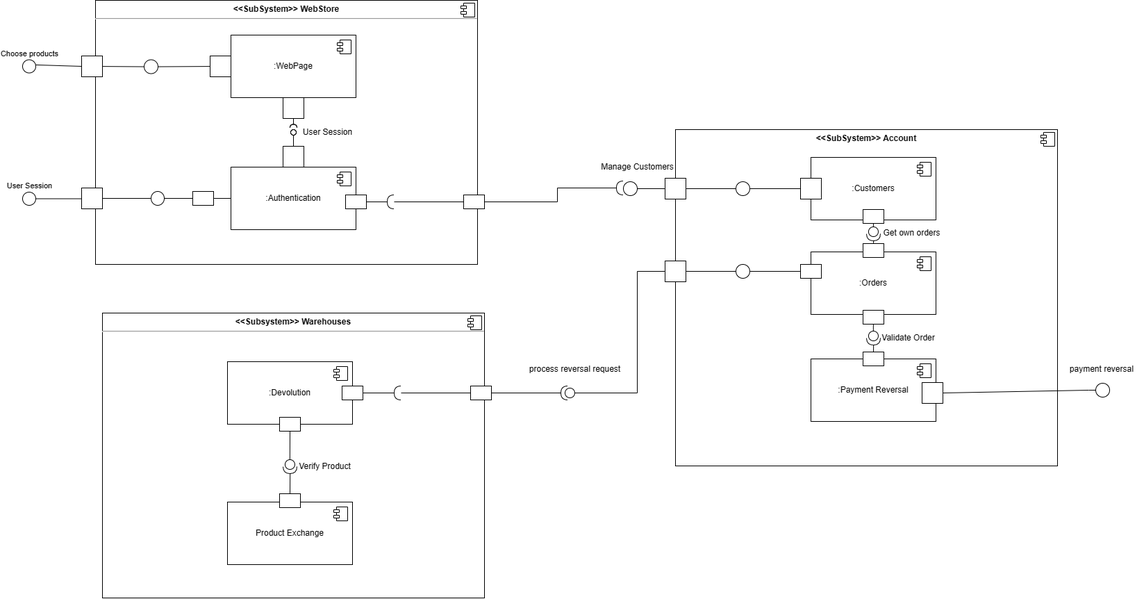
Earlier version of the draw.io export docs/Assets/modelagem/diagramaComponentes/Diagrama de componentes.png (UnBArqDsw2023-2/2023.2_G6_ProjetoAmericanas). Source tidied: cells renumbered, new cells last; positions are measured from the earlier drawing's top-left corner, leaving out a move shared by most shapes.
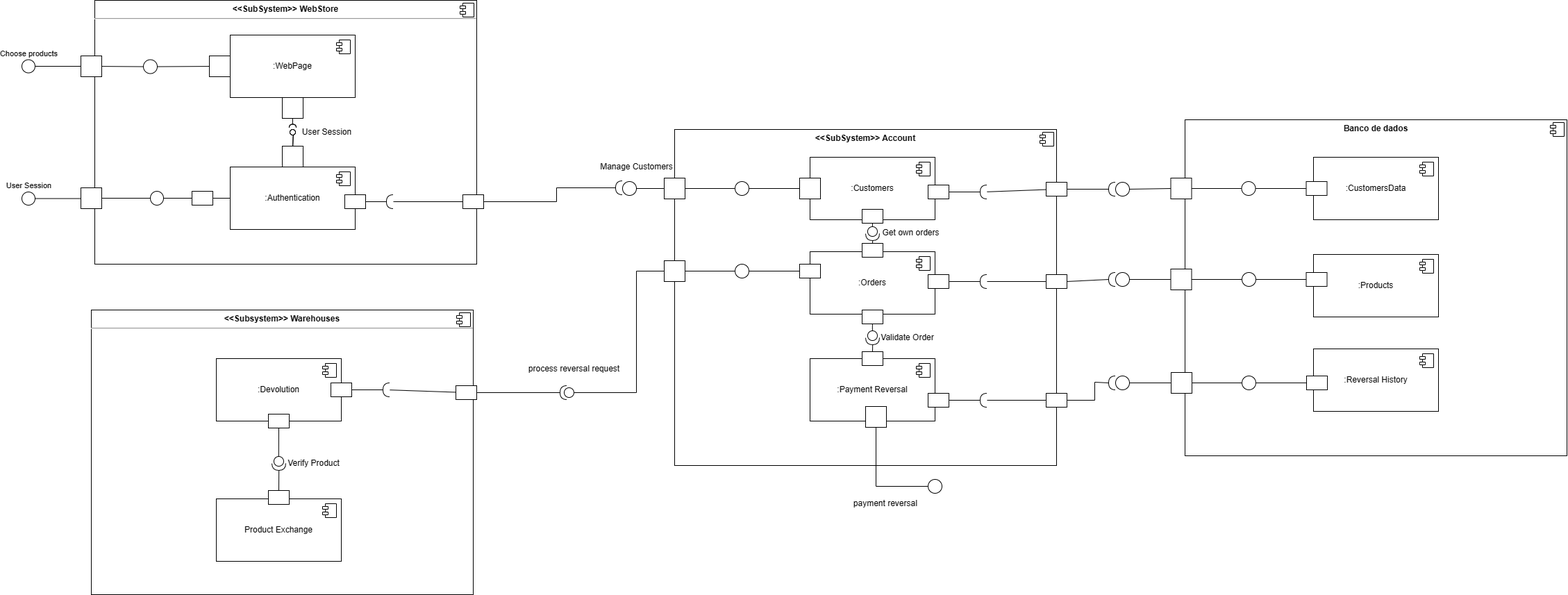
Later version of the same file.

Diff of the diagram source:
```diff
@@ -163,7 +163,7 @@
       </mxGeometry>
     </mxCell>
     <mxCell id="47" value="&lt;p style=&quot;margin:0px;margin-top:6px;text-align:center;&quot;&gt;&lt;b&gt;&amp;lt;&amp;lt;Subsystem&amp;gt;&amp;gt; Warehouses&lt;/b&gt;&lt;/p&gt;&lt;hr&gt;&lt;p style=&quot;margin:0px;margin-left:8px;&quot;&gt;&lt;br&gt;&lt;/p&gt;" style="align=left;overflow=fill;html=1;whiteSpace=wrap;" parent="1" vertex="1">
-      <mxGeometry x="115" y="450" width="550" height="410" as="geometry" />
+      <mxGeometry x="100" y="446" width="550" height="410" as="geometry" />
     </mxCell>
     <mxCell id="48" style="shape=component;jettyWidth=8;jettyHeight=4;" parent="47" vertex="1">
       <mxGeometry x="1" width="20" height="20" relative="1" as="geometry">
@@ -171,7 +171,7 @@
       </mxGeometry>
     </mxCell>
     <mxCell id="49" value=":Devolution" style="html=1;whiteSpace=wrap;" parent="1" vertex="1">
-      <mxGeometry x="295" y="520" width="180" height="90" as="geometry" />
+      <mxGeometry x="280" y="516" width="180" height="90" as="geometry" />
     </mxCell>
     <mxCell id="50" style="shape=module;jettyWidth=8;jettyHeight=4;" parent="49" vertex="1">
       <mxGeometry x="1" width="20" height="20" relative="1" as="geometry">
@@ -194,11 +194,11 @@
       <mxGeometry x="1027" y="380" width="20" height="20" as="geometry" />
     </mxCell>
     <mxCell id="56" value="Verify Product" style="text;html=1;align=center;verticalAlign=middle;strokeColor=none;fillColor=none;" parent="1" vertex="1">
-      <mxGeometry x="385" y="656" width="100" height="30" as="geometry" />
+      <mxGeometry x="370" y="652" width="100" height="30" as="geometry" />
     </mxCell>
     <mxCell id="57" style="endArrow=none;html=1;rounded=0;align=center;verticalAlign=top;endFill=0;labelBackgroundColor=none;endSize=2;entryX=0.5;entryY=0;entryDx=0;entryDy=0;exitX=0.5;exitY=1;exitDx=0;exitDy=0;" parent="1" edge="1" source="75">
       <mxGeometry relative="1" as="geometry">
-        <mxPoint x="385" y="610" as="targetPoint" />
+        <mxPoint x="370" y="606" as="targetPoint" />
       </mxGeometry>
     </mxCell>
     <mxCell id="58" style="html=1;rounded=0;" parent="1" vertex="1">
@@ -230,7 +230,7 @@
       <mxGeometry x="1120" y="256" width="30" height="30" as="geometry" />
     </mxCell>
     <mxCell id="66" style="html=1;rounded=0;" parent="1" vertex="1">
-      <mxGeometry x="645" y="555" width="30" height="20" as="geometry" />
+      <mxGeometry x="625" y="555" width="30" height="20" as="geometry" />
     </mxCell>
     <mxCell id="67" style="endArrow=none;html=1;rounded=0;align=center;verticalAlign=top;endFill=0;labelBackgroundColor=none;endSize=2;" parent="1" edge="1" source="69" target="66">
       <mxGeometry relative="1" as="geometry" />
@@ -239,7 +239,7 @@
       <mxGeometry relative="1" as="geometry" />
     </mxCell>
     <mxCell id="69" style="shape=requiredInterface;html=1;verticalLabelPosition=bottom;sketch=0;rotation=-180;" parent="1" vertex="1">
-      <mxGeometry x="535" y="555" width="10" height="20" as="geometry" />
+      <mxGeometry x="520" y="551" width="10" height="20" as="geometry" />
     </mxCell>
     <mxCell id="70" style="endArrow=none;html=1;rounded=0;align=center;verticalAlign=top;endFill=0;labelBackgroundColor=none;endSize=2;exitX=0;exitY=0.5;exitDx=0;exitDy=0;entryX=0;entryY=0.5;entryDx=0;entryDy=0;exitPerimeter=0;" parent="1" edge="1" source="72" target="51">
       <mxGeometry relative="1" as="geometry">
@@ -260,16 +260,16 @@
       <mxGeometry x="775" y="555" width="20" height="20" as="geometry" />
     </mxCell>
     <mxCell id="73" style="html=1;rounded=0;" parent="1" vertex="1">
-      <mxGeometry x="460" y="555" width="30" height="20" as="geometry" />
+      <mxGeometry x="445" y="551" width="30" height="20" as="geometry" />
     </mxCell>
     <mxCell id="74" style="endArrow=none;html=1;rounded=0;align=center;verticalAlign=top;endFill=0;labelBackgroundColor=none;endSize=2;entryX=0.5;entryY=0;entryDx=0;entryDy=0;exitX=0.5;exitY=1;exitDx=0;exitDy=0;" parent="1" edge="1" source="49" target="75">
       <mxGeometry relative="1" as="geometry" />
     </mxCell>
     <mxCell id="75" style="html=1;rounded=0;" parent="1" vertex="1">
-      <mxGeometry x="370" y="600" width="30" height="20" as="geometry" />
+      <mxGeometry x="355" y="596" width="30" height="20" as="geometry" />
     </mxCell>
     <mxCell id="76" style="shape=providedRequiredInterface;html=1;verticalLabelPosition=bottom;sketch=0;rotation=89;" parent="1" vertex="1">
-      <mxGeometry x="375" y="661" width="20" height="20" as="geometry" />
+      <mxGeometry x="360" y="657" width="20" height="20" as="geometry" />
     </mxCell>
     <mxCell id="77" style="endArrow=none;html=1;rounded=0;align=center;verticalAlign=top;endFill=0;labelBackgroundColor=none;endSize=2;entryX=1;entryY=0.5;entryDx=0;entryDy=0;entryPerimeter=0;exitX=0.5;exitY=0;exitDx=0;exitDy=0;" parent="1" edge="1" source="88" target="76">
       <mxGeometry relative="1" as="geometry" />
@@ -296,7 +296,7 @@
       <mxGeometry x="720" y="516" width="150" height="30" as="geometry" />
     </mxCell>
     <mxCell id="85" style="group;" parent="1" vertex="1">
-      <mxGeometry x="295" y="710" width="180" height="110" as="geometry" />
+      <mxGeometry x="280" y="706" width="180" height="110" as="geometry" />
     </mxCell>
     <mxCell id="86" value="Product Exchange" style="html=1;whiteSpace=wrap;" parent="85" vertex="1">
       <mxGeometry y="12" width="180" height="90" as="geometry" />
@@ -358,20 +358,183 @@
       <mxGeometry x="1225" y="320" width="110" height="30" as="geometry" />
     </mxCell>
     <mxCell id="103" style="html=1;rounded=0;rotation=-180;" parent="1" vertex="1">
-      <mxGeometry x="1295" y="550" width="30" height="30" as="geometry" />
+      <mxGeometry x="1215" y="585" width="30" height="30" as="geometry" />
     </mxCell>
-    <mxCell id="104" style="endArrow=none;html=1;rounded=0;align=center;verticalAlign=top;endFill=0;labelBackgroundColor=none;endSize=2;entryX=0;entryY=0.5;entryDx=0;entryDy=0;exitX=0;exitY=0.5;exitDx=0;exitDy=0;" parent="1" edge="1" source="105" target="103">
+    <mxCell id="104" style="endArrow=none;html=1;rounded=0;align=center;verticalAlign=top;endFill=0;labelBackgroundColor=none;endSize=2;entryX=0.5;entryY=0;entryDx=0;entryDy=0;exitX=0;exitY=0.5;exitDx=0;exitDy=0;" parent="1" edge="1" source="105" target="103">
       <mxGeometry relative="1" as="geometry">
         <Array as="points">
-          <mxPoint x="1535" y="561" />
+          <mxPoint x="1230" y="700" />
         </Array>
       </mxGeometry>
     </mxCell>
-    <mxCell id="105" style="ellipse;whiteSpace=wrap;html=1;" parent="1" vertex="1">
-      <mxGeometry x="1545" y="551" width="20" height="20" as="geometry" />
+    <mxCell id="105" style="ellipse;whiteSpace=wrap;html=1;rotation=0;" parent="1" vertex="1">
+      <mxGeometry x="1305" y="690" width="20" height="20" as="geometry" />
     </mxCell>
     <mxCell id="106" value="payment reversal&amp;nbsp;" style="text;html=1;align=center;verticalAlign=middle;strokeColor=none;fillColor=none;" parent="1" vertex="1">
-      <mxGeometry x="1495" y="516" width="120" height="30" as="geometry" />
+      <mxGeometry x="1185" y="710" width="120" height="30" as="geometry" />
     </mxCell>
+    <mxCell id="107" value="&lt;p style=&quot;margin:0px;margin-top:6px;text-align:center;&quot;&gt;&lt;b&gt;Banco de dados&lt;/b&gt;&lt;/p&gt;" style="align=left;overflow=fill;html=1;whiteSpace=wrap;" parent="1" vertex="1">
+      <mxGeometry x="1675" y="172" width="550" height="484" as="geometry" />
+    </mxCell>
+    <mxCell id="108" style="shape=component;jettyWidth=8;jettyHeight=4;" parent="107" vertex="1">
+      <mxGeometry x="1" width="20" height="20" relative="1" as="geometry">
+        <mxPoint x="-24" y="4" as="offset" />
+      </mxGeometry>
+    </mxCell>
+    <mxCell id="109" value=":CustomersData" style="html=1;whiteSpace=wrap;" parent="1" vertex="1">
+      <mxGeometry x="1860" y="226" width="180" height="90" as="geometry" />
+    </mxCell>
+    <mxCell id="110" style="shape=module;jettyWidth=8;jettyHeight=4;" parent="109" vertex="1">
+      <mxGeometry x="1" width="20" height="20" relative="1" as="geometry">
+        <mxPoint x="-27" y="7" as="offset" />
+      </mxGeometry>
+    </mxCell>
+    <mxCell id="111" value=":Products" style="html=1;whiteSpace=wrap;" parent="1" vertex="1">
+      <mxGeometry x="1860" y="366" width="180" height="90" as="geometry" />
+    </mxCell>
+    <mxCell id="112" style="shape=module;jettyWidth=8;jettyHeight=4;" parent="111" vertex="1">
+      <mxGeometry x="1" width="20" height="20" relative="1" as="geometry">
+        <mxPoint x="-27" y="7" as="offset" />
+      </mxGeometry>
+    </mxCell>
+    <mxCell id="113" value=":Reversal History" style="html=1;whiteSpace=wrap;" parent="1" vertex="1">
+      <mxGeometry x="1860" y="502" width="180" height="90" as="geometry" />
+    </mxCell>
+    <mxCell id="114" style="shape=module;jettyWidth=8;jettyHeight=4;" parent="113" vertex="1">
+      <mxGeometry x="1" width="20" height="20" relative="1" as="geometry">
+        <mxPoint x="-27" y="7" as="offset" />
+      </mxGeometry>
+    </mxCell>
+    <mxCell id="115" style="html=1;rounded=0;" parent="1" vertex="1">
+      <mxGeometry x="1654.5" y="387" width="30" height="30" as="geometry" />
+    </mxCell>
+    <mxCell id="116" style="html=1;rounded=0;" parent="1" vertex="1">
+      <mxGeometry x="1849.5" y="392" width="30" height="20" as="geometry" />
+    </mxCell>
+    <mxCell id="117" style="endArrow=none;html=1;rounded=0;align=center;verticalAlign=top;endFill=0;labelBackgroundColor=none;endSize=2;exitX=1;exitY=0.5;exitDx=0;exitDy=0;entryX=0;entryY=0.5;entryDx=0;entryDy=0;" parent="1" edge="1" source="119" target="116">
+      <mxGeometry relative="1" as="geometry" />
+    </mxCell>
+    <mxCell id="118" style="endArrow=none;html=1;rounded=0;align=center;verticalAlign=top;endFill=0;labelBackgroundColor=none;endSize=2;entryX=0;entryY=0.5;entryDx=0;entryDy=0;" parent="1" edge="1" source="115" target="119">
+      <mxGeometry relative="1" as="geometry" />
+    </mxCell>
+    <mxCell id="119" style="ellipse;whiteSpace=wrap;html=1;" parent="1" vertex="1">
+      <mxGeometry x="1757" y="392" width="20" height="20" as="geometry" />
+    </mxCell>
+    <mxCell id="120" style="html=1;rounded=0;" parent="1" vertex="1">
+      <mxGeometry x="1655" y="536" width="30" height="30" as="geometry" />
+    </mxCell>
+    <mxCell id="121" style="html=1;rounded=0;" parent="1" vertex="1">
+      <mxGeometry x="1850" y="541" width="30" height="20" as="geometry" />
+    </mxCell>
+    <mxCell id="122" style="endArrow=none;html=1;rounded=0;align=center;verticalAlign=top;endFill=0;labelBackgroundColor=none;endSize=2;exitX=1;exitY=0.5;exitDx=0;exitDy=0;entryX=0;entryY=0.5;entryDx=0;entryDy=0;" parent="1" edge="1" source="124" target="121">
+      <mxGeometry relative="1" as="geometry" />
+    </mxCell>
+    <mxCell id="123" style="endArrow=none;html=1;rounded=0;align=center;verticalAlign=top;endFill=0;labelBackgroundColor=none;endSize=2;entryX=0;entryY=0.5;entryDx=0;entryDy=0;" parent="1" edge="1" source="120" target="124">
+      <mxGeometry relative="1" as="geometry" />
+    </mxCell>
+    <mxCell id="124" style="ellipse;whiteSpace=wrap;html=1;" parent="1" vertex="1">
+      <mxGeometry x="1757" y="541" width="20" height="20" as="geometry" />
+    </mxCell>
+    <mxCell id="125" style="html=1;rounded=0;" parent="1" vertex="1">
+      <mxGeometry x="1654.5" y="256" width="30" height="30" as="geometry" />
+    </mxCell>
+    <mxCell id="126" style="html=1;rounded=0;" parent="1" vertex="1">
+      <mxGeometry x="1849.5" y="261" width="30" height="20" as="geometry" />
+    </mxCell>
+    <mxCell id="127" style="endArrow=none;html=1;rounded=0;align=center;verticalAlign=top;endFill=0;labelBackgroundColor=none;endSize=2;exitX=1;exitY=0.5;exitDx=0;exitDy=0;entryX=0;entryY=0.5;entryDx=0;entryDy=0;" parent="1" edge="1" source="129" target="126">
+      <mxGeometry relative="1" as="geometry" />
+    </mxCell>
+    <mxCell id="128" style="endArrow=none;html=1;rounded=0;align=center;verticalAlign=top;endFill=0;labelBackgroundColor=none;endSize=2;entryX=0;entryY=0.5;entryDx=0;entryDy=0;" parent="1" edge="1" source="125" target="129">
+      <mxGeometry relative="1" as="geometry" />
+    </mxCell>
+    <mxCell id="129" style="ellipse;whiteSpace=wrap;html=1;" parent="1" vertex="1">
+      <mxGeometry x="1756.5" y="261" width="20" height="20" as="geometry" />
+    </mxCell>
+    <mxCell id="130" style="endArrow=none;html=1;rounded=0;align=center;verticalAlign=top;endFill=0;labelBackgroundColor=none;endSize=2;exitX=1;exitY=0.5;exitDx=0;exitDy=0;entryX=0;entryY=0.5;entryDx=0;entryDy=0;" parent="1" edge="1" source="131" target="125">
+      <mxGeometry relative="1" as="geometry" />
+    </mxCell>
+    <mxCell id="131" style="ellipse;whiteSpace=wrap;html=1;" parent="1" vertex="1">
+      <mxGeometry x="1575" y="262" width="20" height="20" as="geometry" />
+    </mxCell>
+    <mxCell id="132" style="endArrow=none;html=1;rounded=0;align=center;verticalAlign=top;endFill=0;labelBackgroundColor=none;endSize=2;exitX=1;exitY=0.5;exitDx=0;exitDy=0;entryX=0;entryY=0.5;entryDx=0;entryDy=0;" parent="1" edge="1" source="133" target="115">
+      <mxGeometry relative="1" as="geometry" />
+    </mxCell>
+    <mxCell id="133" style="ellipse;whiteSpace=wrap;html=1;" parent="1" vertex="1">
+      <mxGeometry x="1575" y="392" width="20" height="20" as="geometry" />
+    </mxCell>
+    <mxCell id="134" style="endArrow=none;html=1;rounded=0;align=center;verticalAlign=top;endFill=0;labelBackgroundColor=none;endSize=2;exitX=1;exitY=0.5;exitDx=0;exitDy=0;entryX=0;entryY=0.5;entryDx=0;entryDy=0;" parent="1" edge="1" source="135" target="120">
+      <mxGeometry relative="1" as="geometry" />
+    </mxCell>
+    <mxCell id="135" style="ellipse;whiteSpace=wrap;html=1;" parent="1" vertex="1">
+      <mxGeometry x="1575" y="541" width="20" height="20" as="geometry" />
+    </mxCell>
+    <mxCell id="136" style="html=1;rounded=0;" parent="1" vertex="1">
+      <mxGeometry x="1475" y="395" width="30" height="20" as="geometry" />
+    </mxCell>
+    <mxCell id="137" style="endArrow=none;html=1;rounded=0;align=center;verticalAlign=top;endFill=0;labelBackgroundColor=none;endSize=2;" parent="1" edge="1" source="139" target="136">
+      <mxGeometry relative="1" as="geometry" />
+    </mxCell>
+    <mxCell id="138" style="endArrow=none;html=1;rounded=0;align=center;verticalAlign=top;endFill=0;labelBackgroundColor=none;endSize=2;exitX=1;exitY=0.5;exitDx=0;exitDy=0;entryX=1;entryY=0.5;entryDx=0;entryDy=0;entryPerimeter=0;" parent="1" edge="1" source="140" target="139">
+      <mxGeometry relative="1" as="geometry" />
+    </mxCell>
+    <mxCell id="139" style="shape=requiredInterface;html=1;verticalLabelPosition=bottom;sketch=0;rotation=-180;" parent="1" vertex="1">
+      <mxGeometry x="1380" y="395" width="10" height="20" as="geometry" />
+    </mxCell>
+    <mxCell id="140" style="html=1;rounded=0;" parent="1" vertex="1">
+      <mxGeometry x="1305" y="395" width="30" height="20" as="geometry" />
+    </mxCell>
+    <mxCell id="141" style="html=1;rounded=0;" parent="1" vertex="1">
+      <mxGeometry x="1475" y="262" width="30" height="20" as="geometry" />
+    </mxCell>
+    <mxCell id="142" style="endArrow=none;html=1;rounded=0;align=center;verticalAlign=top;endFill=0;labelBackgroundColor=none;endSize=2;" parent="1" edge="1" source="144" target="141">
+      <mxGeometry relative="1" as="geometry" />
+    </mxCell>
+    <mxCell id="143" style="endArrow=none;html=1;rounded=0;align=center;verticalAlign=top;endFill=0;labelBackgroundColor=none;endSize=2;exitX=1;exitY=0.5;exitDx=0;exitDy=0;entryX=1;entryY=0.5;entryDx=0;entryDy=0;entryPerimeter=0;" parent="1" edge="1" source="145" target="144">
+      <mxGeometry relative="1" as="geometry" />
+    </mxCell>
+    <mxCell id="144" style="shape=requiredInterface;html=1;verticalLabelPosition=bottom;sketch=0;rotation=-180;" parent="1" vertex="1">
+      <mxGeometry x="1380" y="266" width="10" height="20" as="geometry" />
+    </mxCell>
+    <mxCell id="145" style="html=1;rounded=0;" parent="1" vertex="1">
+      <mxGeometry x="1305" y="266" width="30" height="20" as="geometry" />
+    </mxCell>
+    <mxCell id="146" style="endArrow=none;html=1;rounded=0;align=center;verticalAlign=top;endFill=0;labelBackgroundColor=none;endSize=2;exitX=1;exitY=0.5;exitDx=0;exitDy=0;entryX=1;entryY=0.5;entryDx=0;entryDy=0;entryPerimeter=0;" parent="1" edge="1" source="136" target="147">
+      <mxGeometry relative="1" as="geometry" />
+    </mxCell>
+    <mxCell id="147" style="shape=requiredInterface;html=1;verticalLabelPosition=bottom;sketch=0;rotation=-180;" parent="1" vertex="1">
+      <mxGeometry x="1565" y="392" width="10" height="20" as="geometry" />
+    </mxCell>
+    <mxCell id="148" style="endArrow=none;html=1;rounded=0;align=center;verticalAlign=top;endFill=0;labelBackgroundColor=none;endSize=2;exitX=1;exitY=0.5;exitDx=0;exitDy=0;entryX=1;entryY=0.5;entryDx=0;entryDy=0;entryPerimeter=0;" parent="1" edge="1" source="141" target="149">
+      <mxGeometry relative="1" as="geometry" />
+    </mxCell>
+    <mxCell id="149" style="shape=requiredInterface;html=1;verticalLabelPosition=bottom;sketch=0;rotation=-180;" parent="1" vertex="1">
+      <mxGeometry x="1565" y="262" width="10" height="20" as="geometry" />
+    </mxCell>
+    <mxCell id="150" style="html=1;rounded=0;" parent="1" vertex="1">
+      <mxGeometry x="1475" y="566" width="30" height="20" as="geometry" />
+    </mxCell>
+    <mxCell id="151" style="endArrow=none;html=1;rounded=0;align=center;verticalAlign=top;endFill=0;labelBackgroundColor=none;endSize=2;" parent="1" edge="1" source="153" target="150">
+      <mxGeometry relative="1" as="geometry" />
+    </mxCell>
+    <mxCell id="152" style="endArrow=none;html=1;rounded=0;align=center;verticalAlign=top;endFill=0;labelBackgroundColor=none;endSize=2;exitX=1;exitY=0.5;exitDx=0;exitDy=0;entryX=1;entryY=0.5;entryDx=0;entryDy=0;entryPerimeter=0;" parent="1" edge="1" source="154" target="153">
+      <mxGeometry relative="1" as="geometry" />
+    </mxCell>
+    <mxCell id="153" style="shape=requiredInterface;html=1;verticalLabelPosition=bottom;sketch=0;rotation=-180;" parent="1" vertex="1">
+      <mxGeometry x="1380" y="566" width="10" height="20" as="geometry" />
+    </mxCell>
+    <mxCell id="154" style="html=1;rounded=0;" parent="1" vertex="1">
+      <mxGeometry x="1305" y="566" width="30" height="20" as="geometry" />
+    </mxCell>
+    <mxCell id="155" style="endArrow=none;html=1;rounded=0;align=center;verticalAlign=top;endFill=0;labelBackgroundColor=none;endSize=2;exitX=1;exitY=0.5;exitDx=0;exitDy=0;entryX=1;entryY=0.5;entryDx=0;entryDy=0;entryPerimeter=0;" parent="1" edge="1" source="150" target="156">
+      <mxGeometry relative="1" as="geometry">
+        <Array as="points">
+          <mxPoint x="1545" y="576" />
+          <mxPoint x="1545" y="550" />
+        </Array>
+      </mxGeometry>
+    </mxCell>
+    <mxCell id="156" style="shape=requiredInterface;html=1;verticalLabelPosition=bottom;sketch=0;rotation=-180;" parent="1" vertex="1">
+      <mxGeometry x="1565" y="541" width="10" height="20" as="geometry" />
+    </mxCell>
   </root>
 </mxGraphModel>
```
